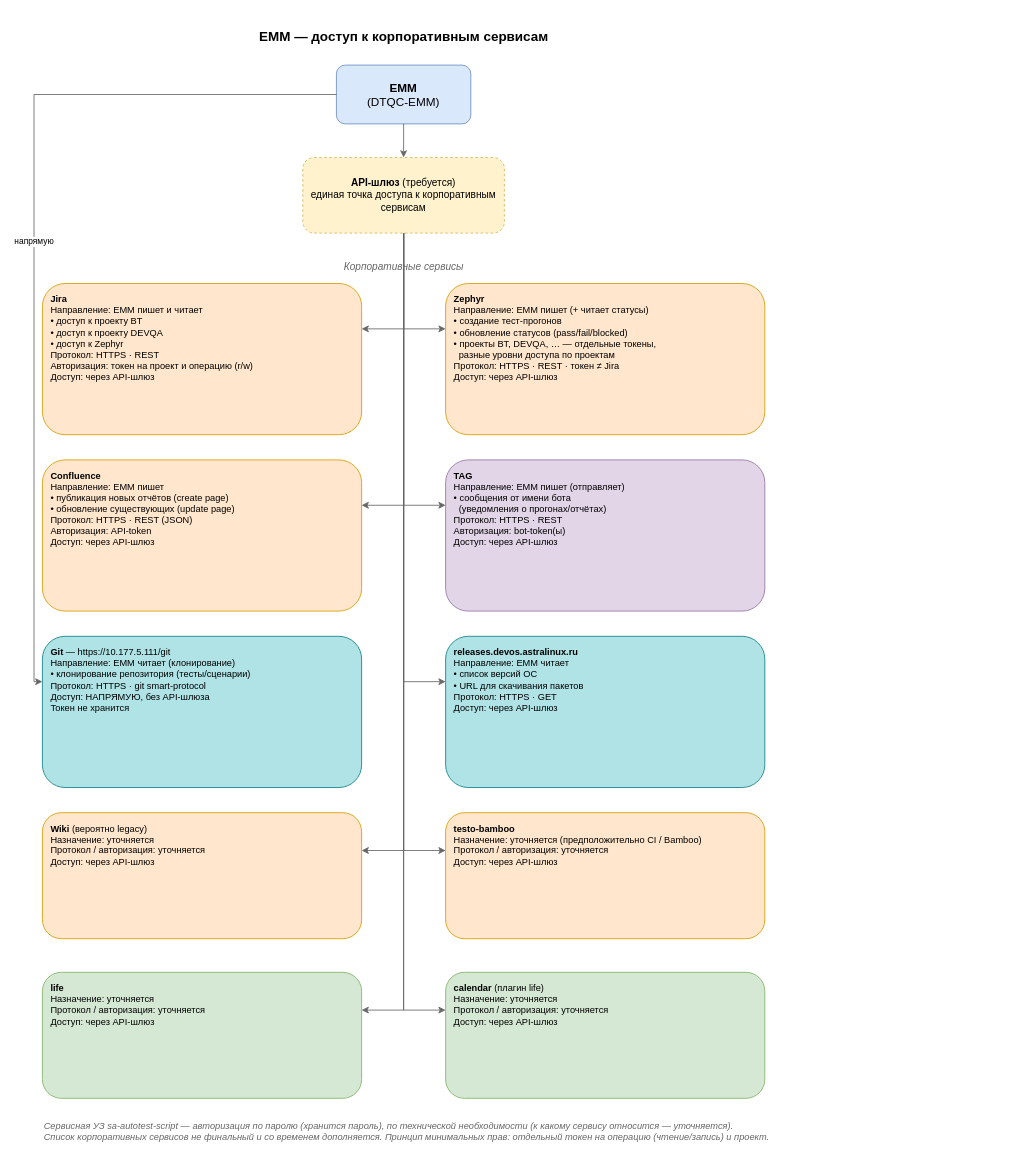
This is dbos_server_service/diagrams/external-integrations.drawio from N2OCaKeS/stress_test, a draw.io file, before an edit. Source tidied: cells renumbered, new cells numbered last; positions are measured from the earlier drawing's top-left corner, leaving out a move shared by most shapes. Both pictures are drawn from the tidied source at 84%, with x=0, y=0 at pixel (25, 23).
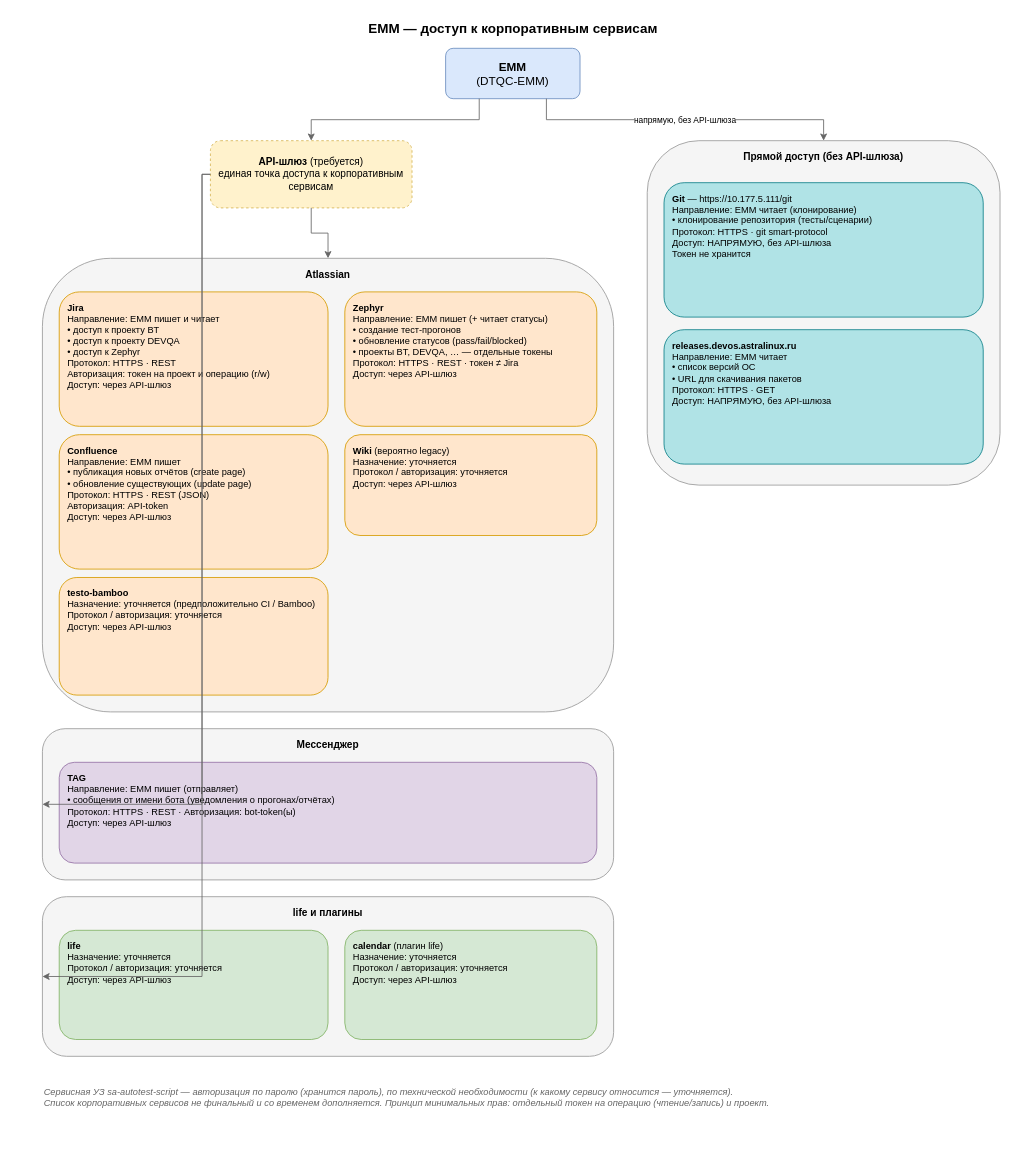
The same page after the edit.

Commit message:
group by family, split git and releases as direct

What changed in the source:
```diff
@@
     <mxCell id="2" value="EMM — доступ к корпоративным сервисам" style="text;html=1;align=center;fontSize=16;fontStyle=1;" parent="1" vertex="1">
-      <mxGeometry width="900" height="30" as="geometry" />
+      <mxGeometry y="-10" width="1160" height="30" as="geometry" />
     </mxCell>
     <mxCell id="3" value="&lt;b&gt;EMM&lt;/b&gt;&lt;br&gt;(DTQC-EMM)" style="rounded=1;whiteSpace=wrap;html=1;fillColor=#dae8fc;strokeColor=#6c8ebf;fontSize=14;" parent="1" vertex="1">
-      <mxGeometry x="370" y="50" width="160" height="70" as="geometry" />
+      <mxGeometry x="500" y="30" width="160" height="60" as="geometry" />
     </mxCell>
     <mxCell id="4" value="&lt;b&gt;API-шлюз&lt;/b&gt; (требуется)&lt;br&gt;единая точка доступа к корпоративным сервисам" style="rounded=1;whiteSpace=wrap;html=1;fillColor=#fff2cc;strokeColor=#d6b656;dashed=1;fontSize=12;" parent="1" vertex="1">
-      <mxGeometry x="330" y="160" width="240" height="90" as="geometry" />
+      <mxGeometry x="220" y="140" width="240" height="80" as="geometry" />
     </mxCell>
-    <mxCell id="5" value="Корпоративные сервисы" style="text;html=1;align=center;fontSize=12;fontStyle=2;fontColor=#666666;" parent="1" vertex="1">
-      <mxGeometry y="276" width="900" height="24" as="geometry" />
-    </mxCell>
+    <mxCell id="28" value="Прямой доступ (без API-шлюза)" style="rounded=1;whiteSpace=wrap;html=1;fillColor=#f5f5f5;strokeColor=#999999;verticalAlign=top;align=center;fontStyle=1;spacingTop=6;" parent="1" vertex="1">
+      <mxGeometry x="740" y="140" width="420" height="410" as="geometry" />
+    </mxCell>
+    <mxCell id="10" value="&lt;b&gt;Git&lt;/b&gt; — https://10.177.5.111/git&lt;br&gt;Направление: EMM читает (клонирование)&lt;br&gt;• клонирование репозитория (тесты/сценарии)&lt;br&gt;Протокол: HTTPS · git smart-protocol&lt;br&gt;Доступ: НАПРЯМУЮ, без API-шлюза&lt;br&gt;Токен не хранится" style="rounded=1;whiteSpace=wrap;html=1;fillColor=#b0e3e6;strokeColor=#0e8088;align=left;verticalAlign=top;spacingLeft=8;spacingTop=6;fontSize=11;" parent="1" vertex="1">
+      <mxGeometry x="760" y="190" width="380" height="160" as="geometry" />
+    </mxCell>
+    <mxCell id="11" value="&lt;b&gt;releases.devos.astralinux.ru&lt;/b&gt;&lt;br&gt;Направление: EMM читает&lt;br&gt;• список версий ОС&lt;br&gt;• URL для скачивания пакетов&lt;br&gt;Протокол: HTTPS · GET&lt;br&gt;Доступ: НАПРЯМУЮ, без API-шлюза" style="rounded=1;whiteSpace=wrap;html=1;fillColor=#b0e3e6;strokeColor=#0e8088;align=left;verticalAlign=top;spacingLeft=8;spacingTop=6;fontSize=11;" parent="1" vertex="1">
+      <mxGeometry x="760" y="365" width="380" height="160" as="geometry" />
+    </mxCell>
+    <mxCell id="29" value="Atlassian" style="rounded=1;whiteSpace=wrap;html=1;fillColor=#f5f5f5;strokeColor=#999999;verticalAlign=top;align=center;fontStyle=1;spacingTop=6;" parent="1" vertex="1">
+      <mxGeometry x="20" y="280" width="680" height="540" as="geometry" />
+    </mxCell>
     <mxCell id="6" value="&lt;b&gt;Jira&lt;/b&gt;&lt;br&gt;Направление: EMM пишет и читает&lt;br&gt;• доступ к проекту BT&lt;br&gt;• доступ к проекту DEVQA&lt;br&gt;• доступ к Zephyr&lt;br&gt;Протокол: HTTPS · REST&lt;br&gt;Авторизация: токен на проект и операцию (r/w)&lt;br&gt;Доступ: через API-шлюз" style="rounded=1;whiteSpace=wrap;html=1;fillColor=#ffe6cc;strokeColor=#d79b00;align=left;verticalAlign=top;spacingLeft=8;spacingTop=6;fontSize=11;" parent="1" vertex="1">
-      <mxGeometry x="20" y="310" width="380" height="180" as="geometry" />
+      <mxGeometry x="40" y="320" width="320" height="160" as="geometry" />
     </mxCell>
-    <mxCell id="7" value="&lt;b&gt;Zephyr&lt;/b&gt;&lt;br&gt;Направление: EMM пишет (+ читает статусы)&lt;br&gt;• создание тест-прогонов&lt;br&gt;• обновление статусов (pass/fail/blocked)&lt;br&gt;• проекты BT, DEVQA, … — отдельные токены,&lt;br&gt;  разные уровни доступа по проектам&lt;br&gt;Протокол: HTTPS · REST · токен ≠ Jira&lt;br&gt;Доступ: через API-шлюз" style="rounded=1;whiteSpace=wrap;html=1;fillColor=#ffe6cc;strokeColor=#d79b00;align=left;verticalAlign=top;spacingLeft=8;spacingTop=6;fontSize=11;" parent="1" vertex="1">
-      <mxGeometry x="500" y="310" width="380" height="180" as="geometry" />
+    <mxCell id="7" value="&lt;b&gt;Zephyr&lt;/b&gt;&lt;br&gt;Направление: EMM пишет (+ читает статусы)&lt;br&gt;• создание тест-прогонов&lt;br&gt;• обновление статусов (pass/fail/blocked)&lt;br&gt;• проекты BT, DEVQA, … — отдельные токены&lt;br&gt;Протокол: HTTPS · REST · токен ≠ Jira&lt;br&gt;Доступ: через API-шлюз" style="rounded=1;whiteSpace=wrap;html=1;fillColor=#ffe6cc;strokeColor=#d79b00;align=left;verticalAlign=top;spacingLeft=8;spacingTop=6;fontSize=11;" parent="1" vertex="1">
+      <mxGeometry x="380" y="320" width="300" height="160" as="geometry" />
     </mxCell>
     <mxCell id="8" value="&lt;b&gt;Confluence&lt;/b&gt;&lt;br&gt;Направление: EMM пишет&lt;br&gt;• публикация новых отчётов (create page)&lt;br&gt;• обновление существующих (update page)&lt;br&gt;Протокол: HTTPS · REST (JSON)&lt;br&gt;Авторизация: API-token&lt;br&gt;Доступ: через API-шлюз" style="rounded=1;whiteSpace=wrap;html=1;fillColor=#ffe6cc;strokeColor=#d79b00;align=left;verticalAlign=top;spacingLeft=8;spacingTop=6;fontSize=11;" parent="1" vertex="1">
-      <mxGeometry x="20" y="520" width="380" height="180" as="geometry" />
+      <mxGeometry x="40" y="490" width="320" height="160" as="geometry" />
     </mxCell>
-    <mxCell id="9" value="&lt;b&gt;TAG&lt;/b&gt;&lt;br&gt;Направление: EMM пишет (отправляет)&lt;br&gt;• сообщения от имени бота&lt;br&gt;  (уведомления о прогонах/отчётах)&lt;br&gt;Протокол: HTTPS · REST&lt;br&gt;Авторизация: bot-token(ы)&lt;br&gt;Доступ: через API-шлюз" style="rounded=1;whiteSpace=wrap;html=1;fillColor=#e1d5e7;strokeColor=#9673a6;align=left;verticalAlign=top;spacingLeft=8;spacingTop=6;fontSize=11;" parent="1" vertex="1">
-      <mxGeometry x="500" y="520" width="380" height="180" as="geometry" />
-    </mxCell>
-    <mxCell id="10" value="&lt;b&gt;Git&lt;/b&gt; — https://10.177.5.111/git&lt;br&gt;Направление: EMM читает (клонирование)&lt;br&gt;• клонирование репозитория (тесты/сценарии)&lt;br&gt;Протокол: HTTPS · git smart-protocol&lt;br&gt;Доступ: НАПРЯМУЮ, без API-шлюза&lt;br&gt;Токен не хранится" style="rounded=1;whiteSpace=wrap;html=1;fillColor=#b0e3e6;strokeColor=#0e8088;align=left;verticalAlign=top;spacingLeft=8;spacingTop=6;fontSize=11;" parent="1" vertex="1">
-      <mxGeometry x="20" y="730" width="380" height="180" as="geometry" />
-    </mxCell>
-    <mxCell id="11" value="&lt;b&gt;releases.devos.astralinux.ru&lt;/b&gt;&lt;br&gt;Направление: EMM читает&lt;br&gt;• список версий ОС&lt;br&gt;• URL для скачивания пакетов&lt;br&gt;Протокол: HTTPS · GET&lt;br&gt;Доступ: через API-шлюз" style="rounded=1;whiteSpace=wrap;html=1;fillColor=#b0e3e6;strokeColor=#0e8088;align=left;verticalAlign=top;spacingLeft=8;spacingTop=6;fontSize=11;" parent="1" vertex="1">
-      <mxGeometry x="500" y="730" width="380" height="180" as="geometry" />
-    </mxCell>
     <mxCell id="12" value="&lt;b&gt;Wiki&lt;/b&gt; (вероятно legacy)&lt;br&gt;Назначение: уточняется&lt;br&gt;Протокол / авторизация: уточняется&lt;br&gt;Доступ: через API-шлюз" style="rounded=1;whiteSpace=wrap;html=1;fillColor=#ffe6cc;strokeColor=#d79b00;align=left;verticalAlign=top;spacingLeft=8;spacingTop=6;fontSize=11;" parent="1" vertex="1">
-      <mxGeometry x="20" y="940" width="380" height="150" as="geometry" />
+      <mxGeometry x="380" y="490" width="300" height="120" as="geometry" />
     </mxCell>
     <mxCell id="13" value="&lt;b&gt;testo-bamboo&lt;/b&gt;&lt;br&gt;Назначение: уточняется (предположительно CI / Bamboo)&lt;br&gt;Протокол / авторизация: уточняется&lt;br&gt;Доступ: через API-шлюз" style="rounded=1;whiteSpace=wrap;html=1;fillColor=#ffe6cc;strokeColor=#d79b00;align=left;verticalAlign=top;spacingLeft=8;spacingTop=6;fontSize=11;" parent="1" vertex="1">
-      <mxGeometry x="500" y="940" width="380" height="150" as="geometry" />
+      <mxGeometry x="40" y="660" width="320" height="140" as="geometry" />
     </mxCell>
+    <mxCell id="30" value="Мессенджер" style="rounded=1;whiteSpace=wrap;html=1;fillColor=#f5f5f5;strokeColor=#999999;verticalAlign=top;align=center;fontStyle=1;spacingTop=6;" parent="1" vertex="1">
+      <mxGeometry x="20" y="840" width="680" height="180" as="geometry" />
+    </mxCell>
+    <mxCell id="9" value="&lt;b&gt;TAG&lt;/b&gt;&lt;br&gt;Направление: EMM пишет (отправляет)&lt;br&gt;• сообщения от имени бота (уведомления о прогонах/отчётах)&lt;br&gt;Протокол: HTTPS · REST · Авторизация: bot-token(ы)&lt;br&gt;Доступ: через API-шлюз" style="rounded=1;whiteSpace=wrap;html=1;fillColor=#e1d5e7;strokeColor=#9673a6;align=left;verticalAlign=top;spacingLeft=8;spacingTop=6;fontSize=11;" parent="1" vertex="1">
+      <mxGeometry x="40" y="880" width="640" height="120" as="geometry" />
+    </mxCell>
+    <mxCell id="31" value="life и плагины" style="rounded=1;whiteSpace=wrap;html=1;fillColor=#f5f5f5;strokeColor=#999999;verticalAlign=top;align=center;fontStyle=1;spacingTop=6;" parent="1" vertex="1">
+      <mxGeometry x="20" y="1040" width="680" height="190" as="geometry" />
+    </mxCell>
     <mxCell id="14" value="&lt;b&gt;life&lt;/b&gt;&lt;br&gt;Назначение: уточняется&lt;br&gt;Протокол / авторизация: уточняется&lt;br&gt;Доступ: через API-шлюз" style="rounded=1;whiteSpace=wrap;html=1;fillColor=#d5e8d4;strokeColor=#82b366;align=left;verticalAlign=top;spacingLeft=8;spacingTop=6;fontSize=11;" parent="1" vertex="1">
-      <mxGeometry x="20" y="1130" width="380" height="150" as="geometry" />
+      <mxGeometry x="40" y="1080" width="320" height="130" as="geometry" />
     </mxCell>
     <mxCell id="15" value="&lt;b&gt;calendar&lt;/b&gt; (плагин life)&lt;br&gt;Назначение: уточняется&lt;br&gt;Протокол / авторизация: уточняется&lt;br&gt;Доступ: через API-шлюз" style="rounded=1;whiteSpace=wrap;html=1;fillColor=#d5e8d4;strokeColor=#82b366;align=left;verticalAlign=top;spacingLeft=8;spacingTop=6;fontSize=11;" parent="1" vertex="1">
-      <mxGeometry x="500" y="1130" width="380" height="150" as="geometry" />
+      <mxGeometry x="380" y="1080" width="300" height="130" as="geometry" />
     </mxCell>
     <mxCell id="16" value="Сервисная УЗ sa-autotest-script — авторизация по паролю (хранится пароль), по технической необходимости (к какому сервису относится — уточняется).&#10;Список корпоративных сервисов не финальный и со временем дополняется. Принцип минимальных прав: отдельный токен на операцию (чтение/запись) и проект." style="text;html=1;align=left;fontSize=11;fontStyle=2;fontColor=#666666;" parent="1" vertex="1">
-      <mxGeometry x="20" y="1300" width="860" height="50" as="geometry" />
+      <mxGeometry x="20" y="1260" width="1140" height="50" as="geometry" />
     </mxCell>
-    <mxCell id="17" style="edgeStyle=orthogonalEdgeStyle;rounded=0;html=1;exitX=0.5;exitY=1;exitDx=0;exitDy=0;entryX=0.5;entryY=0;entryDx=0;entryDy=0;strokeColor=#666666;" parent="1" edge="1" source="3" target="4">
+    <mxCell id="17" style="edgeStyle=orthogonalEdgeStyle;rounded=0;html=1;exitX=0.25;exitY=1;exitDx=0;exitDy=0;entryX=0.5;entryY=0;entryDx=0;entryDy=0;strokeColor=#666666;" parent="1" edge="1" source="3" target="4">
       <mxGeometry relative="1" as="geometry" />
     </mxCell>
-    <mxCell id="18" value="напрямую" style="edgeStyle=orthogonalEdgeStyle;rounded=0;html=1;exitX=0;exitY=0.5;exitDx=0;exitDy=0;entryX=0;entryY=0.3;entryDx=0;entryDy=0;strokeColor=#666666;fontSize=10;" parent="1" edge="1" source="3" target="10">
-      <mxGeometry relative="1" as="geometry" />
-    </mxCell>
-    <mxCell id="19" style="edgeStyle=orthogonalEdgeStyle;rounded=0;html=1;exitX=0.5;exitY=1;exitDx=0;exitDy=0;entryX=1;entryY=0.3;entryDx=0;entryDy=0;strokeColor=#666666;" parent="1" edge="1" source="4" target="6">
-      <mxGeometry relative="1" as="geometry" />
-    </mxCell>
-    <mxCell id="20" style="edgeStyle=orthogonalEdgeStyle;rounded=0;html=1;exitX=0.5;exitY=1;exitDx=0;exitDy=0;entryX=0;entryY=0.3;entryDx=0;entryDy=0;strokeColor=#666666;" parent="1" edge="1" source="4" target="7">
-      <mxGeometry relative="1" as="geometry" />
-    </mxCell>
-    <mxCell id="21" style="edgeStyle=orthogonalEdgeStyle;rounded=0;html=1;exitX=0.5;exitY=1;exitDx=0;exitDy=0;entryX=1;entryY=0.3;entryDx=0;entryDy=0;strokeColor=#666666;" parent="1" edge="1" source="4" target="8">
-      <mxGeometry relative="1" as="geometry" />
-    </mxCell>
-    <mxCell id="22" style="edgeStyle=orthogonalEdgeStyle;rounded=0;html=1;exitX=0.5;exitY=1;exitDx=0;exitDy=0;entryX=0;entryY=0.3;entryDx=0;entryDy=0;strokeColor=#666666;" parent="1" edge="1" source="4" target="9">
-      <mxGeometry relative="1" as="geometry" />
-    </mxCell>
-    <mxCell id="23" style="edgeStyle=orthogonalEdgeStyle;rounded=0;html=1;exitX=0.5;exitY=1;exitDx=0;exitDy=0;entryX=0;entryY=0.3;entryDx=0;entryDy=0;strokeColor=#666666;" parent="1" edge="1" source="4" target="11">
-      <mxGeometry relative="1" as="geometry" />
-    </mxCell>
-    <mxCell id="24" style="edgeStyle=orthogonalEdgeStyle;rounded=0;html=1;exitX=0.5;exitY=1;exitDx=0;exitDy=0;entryX=1;entryY=0.3;entryDx=0;entryDy=0;strokeColor=#666666;" parent="1" edge="1" source="4" target="12">
-      <mxGeometry relative="1" as="geometry" />
-    </mxCell>
-    <mxCell id="25" style="edgeStyle=orthogonalEdgeStyle;rounded=0;html=1;exitX=0.5;exitY=1;exitDx=0;exitDy=0;entryX=0;entryY=0.3;entryDx=0;entryDy=0;strokeColor=#666666;" parent="1" edge="1" source="4" target="13">
-      <mxGeometry relative="1" as="geometry" />
-    </mxCell>
-    <mxCell id="26" style="edgeStyle=orthogonalEdgeStyle;rounded=0;html=1;exitX=0.5;exitY=1;exitDx=0;exitDy=0;entryX=1;entryY=0.3;entryDx=0;entryDy=0;strokeColor=#666666;" parent="1" edge="1" source="4" target="14">
-      <mxGeometry relative="1" as="geometry" />
-    </mxCell>
-    <mxCell id="27" style="edgeStyle=orthogonalEdgeStyle;rounded=0;html=1;exitX=0.5;exitY=1;exitDx=0;exitDy=0;entryX=0;entryY=0.3;entryDx=0;entryDy=0;strokeColor=#666666;" parent="1" edge="1" source="4" target="15">
-      <mxGeometry relative="1" as="geometry" />
-    </mxCell>
+    <mxCell id="32" value="напрямую, без API-шлюза" style="edgeStyle=orthogonalEdgeStyle;rounded=0;html=1;exitX=0.75;exitY=1;exitDx=0;exitDy=0;entryX=0.5;entryY=0;entryDx=0;entryDy=0;strokeColor=#666666;fontSize=10;" parent="1" edge="1" source="3" target="28">
+      <mxGeometry relative="1" as="geometry" />
+    </mxCell>
+    <mxCell id="33" style="edgeStyle=orthogonalEdgeStyle;rounded=0;html=1;exitX=0.5;exitY=1;exitDx=0;exitDy=0;entryX=0.5;entryY=0;entryDx=0;entryDy=0;strokeColor=#666666;" parent="1" edge="1" source="4" target="29">
+      <mxGeometry relative="1" as="geometry" />
+    </mxCell>
+    <mxCell id="34" style="edgeStyle=orthogonalEdgeStyle;rounded=0;html=1;exitX=0;exitY=0.5;exitDx=0;exitDy=0;entryX=0;entryY=0.5;entryDx=0;entryDy=0;strokeColor=#666666;" parent="1" edge="1" source="4" target="30">
+      <mxGeometry relative="1" as="geometry" />
+    </mxCell>
+    <mxCell id="35" style="edgeStyle=orthogonalEdgeStyle;rounded=0;html=1;exitX=0;exitY=0.5;exitDx=0;exitDy=0;entryX=0;entryY=0.5;entryDx=0;entryDy=0;strokeColor=#666666;" parent="1" edge="1" source="4" target="31">
+      <mxGeometry relative="1" as="geometry" />
+    </mxCell>
```
